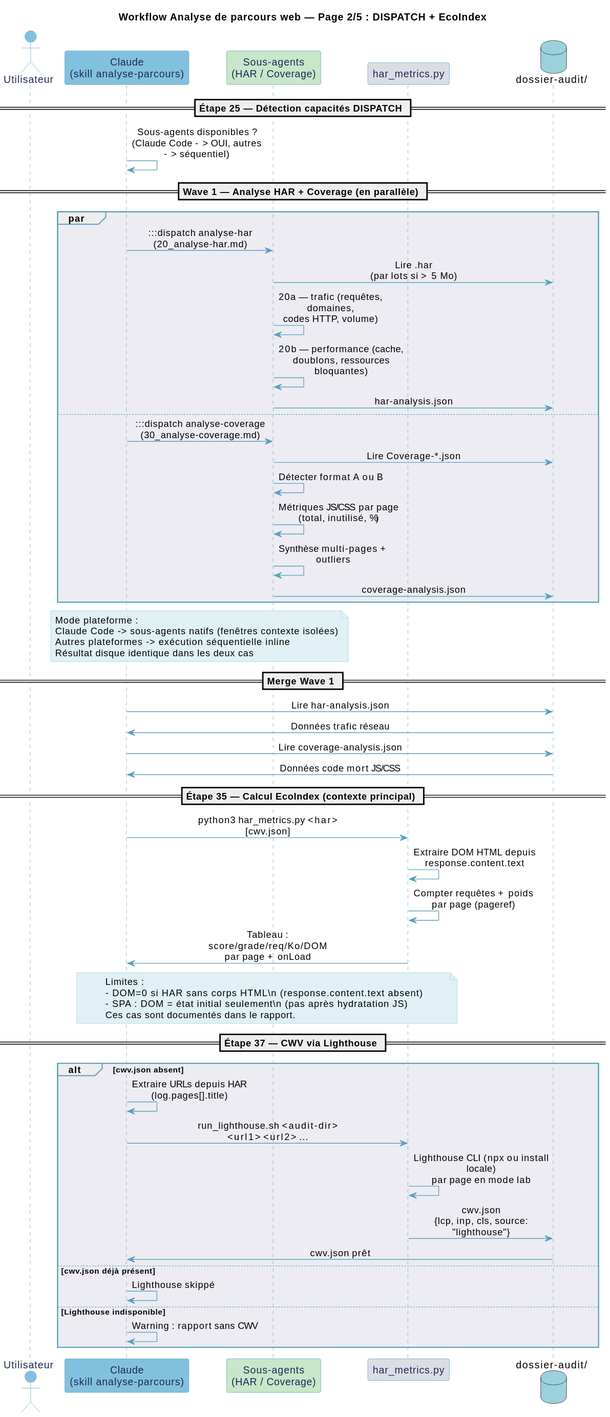
This is documentation/diagrammes/analyse-parcours-p2.svg from Boavizta/eroom, a PlantUML export, as it was before one commit. The source it was exported from:
```plantuml
@startuml
title Workflow Analyse de parcours web — Page 2/5 : DISPATCH + EcoIndex

skinparam backgroundColor #FFFFFF
skinparam participant {
  BackgroundColor #E0F0F4
  BorderColor #5BA1BC
  FontColor #1C2856
}
skinparam actor {
  BackgroundColor #E0F0F4
  BorderColor #5BA1BC
  FontColor #1C2856
}
skinparam ArrowColor #5BA1BC
skinparam SequenceLifeLineBorderColor #5BA1BC
skinparam SequenceGroupBodyBackgroundColor #ECECF2
skinparam SequenceGroupBorderColor #5BA1BC
skinparam NoteBackgroundColor #E0F0F4
skinparam NoteBorderColor #9BD0DD
skinparam sequenceMessageAlign center
skinparam maxMessageSize 200
skinparam responseMessageBelowArrow true

actor "Utilisateur" as U #82C1DD
participant "Claude\n(skill analyse-parcours)" as C #82C1DD
participant "Sous-agents\n(HAR / Coverage)" as SA #C8E6C9
participant "har_metrics.py" as EI #DBDDE5
database "dossier-audit/" as FS #9BD0DD

== Étape 25 — Détection capacités DISPATCH ==

C -> C : Sous-agents disponibles ?\n(Claude Code -> OUI, autres -> séquentiel)

== Wave 1 — Analyse HAR + Coverage (en parallèle) ==

par
  C -> SA : :::dispatch analyse-har\n(20_analyse-har.md)
  SA -> FS : Lire .har\n(par lots si > 5 Mo)
  SA -> SA : 20a — trafic (requêtes, domaines,\ncodes HTTP, volume)
  SA -> SA : 20b — performance (cache,\ndoublons, ressources bloquantes)
  SA -> FS : har-analysis.json
else
  C -> SA : :::dispatch analyse-coverage\n(30_analyse-coverage.md)
  SA -> FS : Lire Coverage-*.json
  SA -> SA : Détecter format A ou B
  SA -> SA : Métriques JS/CSS par page\n(total, inutilisé, %)
  SA -> SA : Synthèse multi-pages + outliers
  SA -> FS : coverage-analysis.json
end

note over C, SA
  Mode plateforme :
  Claude Code -> sous-agents natifs (fenêtres contexte isolées)
  Autres plateformes -> exécution séquentielle inline
  Résultat disque identique dans les deux cas
end note

== Merge Wave 1 ==

C -> FS : Lire har-analysis.json
FS -> C : Données trafic réseau
C -> FS : Lire coverage-analysis.json
FS -> C : Données code mort JS/CSS

== Étape 35 — Calcul EcoIndex (contexte principal) ==

C -> EI : python3 har_metrics.py <har> [cwv.json]
EI -> EI : Extraire DOM HTML depuis\nresponse.content.text
EI -> EI : Compter requêtes + poids\npar page (pageref)
EI -> C : Tableau : score/grade/req/Ko/DOM\npar page + onLoad

note over C, EI
  Limites :
  - DOM=0 si HAR sans corps HTML\n    (response.content.text absent)
  - SPA : DOM = état initial seulement\n    (pas après hydratation JS)
  Ces cas sont documentés dans le rapport.
end note

== Étape 37 — CWV via Lighthouse ==

alt cwv.json absent
  C -> C : Extraire URLs depuis HAR\n(log.pages[].title)
  C -> EI : run_lighthouse.sh <audit-dir> <url1> <url2> ...
  EI -> EI : Lighthouse CLI (npx ou install locale)\npar page en mode lab
  EI -> FS : cwv.json\n{lcp, inp, cls, source: "lighthouse"}
  FS -> C : cwv.json prêt
else cwv.json déjà présent
  C -> C : Lighthouse skippé
else Lighthouse indisponible
  C -> C : Warning : rapport sans CWV
end
@enduml
```
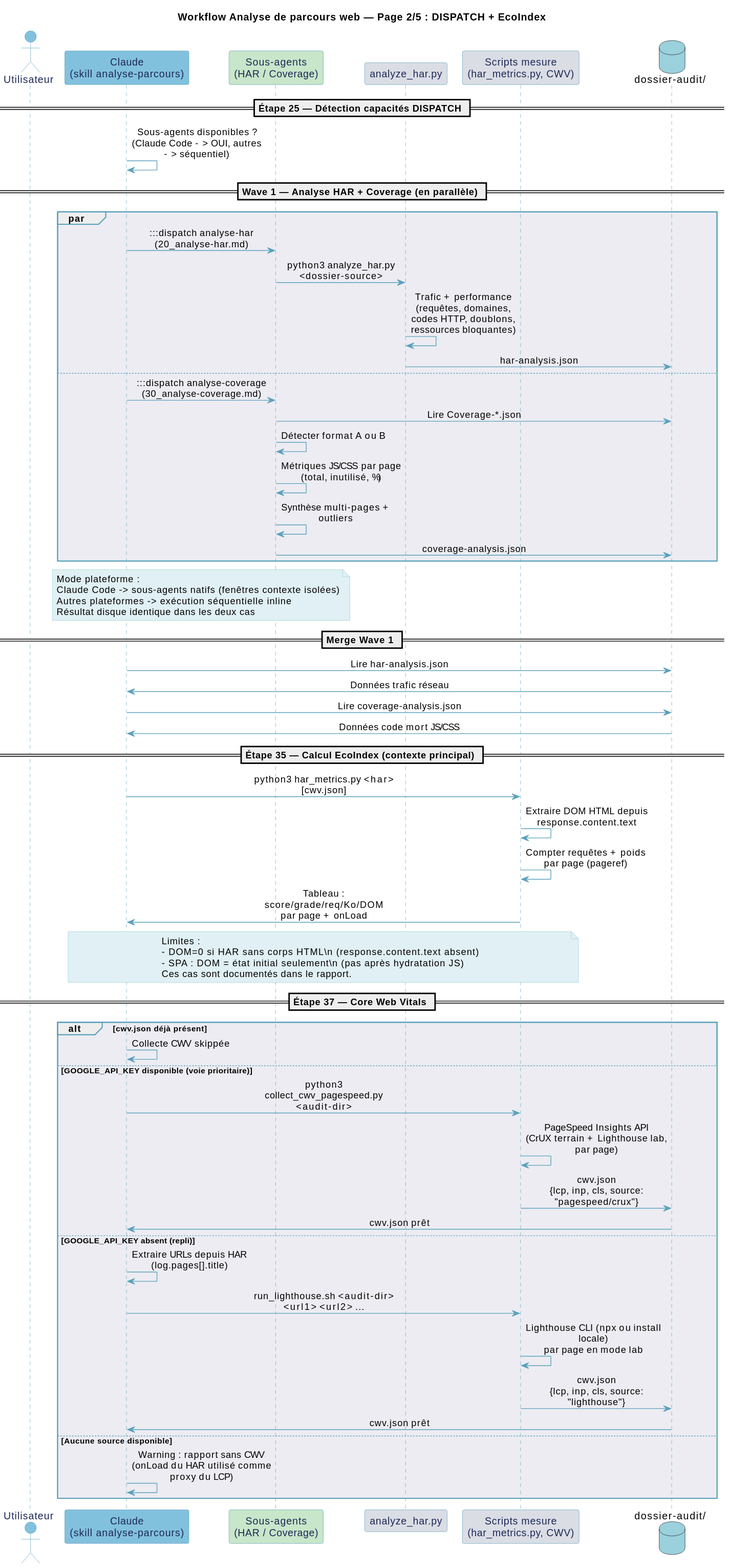
Above is the later version.

Diff of the diagram source:
```diff
@@ -25,7 +25,8 @@
 actor "Utilisateur" as U #82C1DD
 participant "Claude\n(skill analyse-parcours)" as C #82C1DD
 participant "Sous-agents\n(HAR / Coverage)" as SA #C8E6C9
-participant "har_metrics.py" as EI #DBDDE5
+participant "analyze_har.py" as AH #DBDDE5
+participant "Scripts mesure\n(har_metrics.py, CWV)" as EI #DBDDE5
 database "dossier-audit/" as FS #9BD0DD
 
 == Étape 25 — Détection capacités DISPATCH ==
@@ -36,10 +37,9 @@
 
 par
   C -> SA : :::dispatch analyse-har\n(20_analyse-har.md)
-  SA -> FS : Lire .har\n(par lots si > 5 Mo)
-  SA -> SA : 20a — trafic (requêtes, domaines,\ncodes HTTP, volume)
-  SA -> SA : 20b — performance (cache,\ndoublons, ressources bloquantes)
-  SA -> FS : har-analysis.json
+  SA -> AH : python3 analyze_har.py <dossier-source>
+  AH -> AH : Trafic + performance (requêtes, domaines,\ncodes HTTP, doublons, ressources bloquantes)
+  AH -> FS : har-analysis.json
 else
   C -> SA : :::dispatch analyse-coverage\n(30_analyse-coverage.md)
   SA -> FS : Lire Coverage-*.json
@@ -77,17 +77,22 @@
   Ces cas sont documentés dans le rapport.
 end note
 
-== Étape 37 — CWV via Lighthouse ==
+== Étape 37 — Core Web Vitals ==
 
-alt cwv.json absent
+alt cwv.json déjà présent
+  C -> C : Collecte CWV skippée
+else GOOGLE_API_KEY disponible (voie prioritaire)
+  C -> EI : python3 collect_cwv_pagespeed.py <audit-dir>
+  EI -> EI : PageSpeed Insights API\n(CrUX terrain + Lighthouse lab, par page)
+  EI -> FS : cwv.json\n{lcp, inp, cls, source: "pagespeed/crux"}
+  FS -> C : cwv.json prêt
+else GOOGLE_API_KEY absent (repli)
   C -> C : Extraire URLs depuis HAR\n(log.pages[].title)
   C -> EI : run_lighthouse.sh <audit-dir> <url1> <url2> ...
   EI -> EI : Lighthouse CLI (npx ou install locale)\npar page en mode lab
   EI -> FS : cwv.json\n{lcp, inp, cls, source: "lighthouse"}
   FS -> C : cwv.json prêt
-else cwv.json déjà présent
-  C -> C : Lighthouse skippé
-else Lighthouse indisponible
-  C -> C : Warning : rapport sans CWV
+else Aucune source disponible
+  C -> C : Warning : rapport sans CWV\n(onLoad du HAR utilisé comme proxy du LCP)
 end
 @enduml
```
